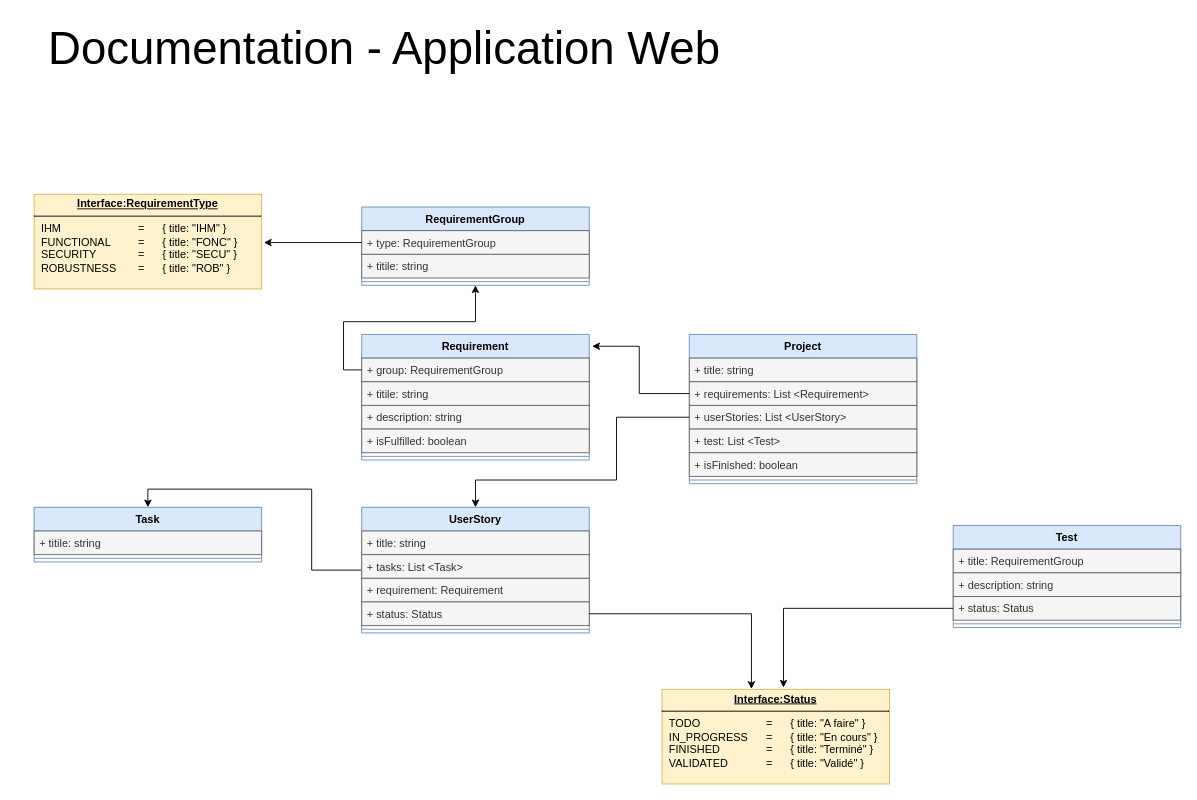
victor-dva/you-form-doc keeps this draw.io diagram as Documentation/Classe_UML.drawio. Above is the earlier version. Source tidied: cells renumbered, new cells numbered last; positions are measured from the earlier drawing's top-left corner, leaving out a move shared by most shapes. Both pictures are drawn from the tidied source at 91%, with x=0, y=0 at pixel (15, 15).
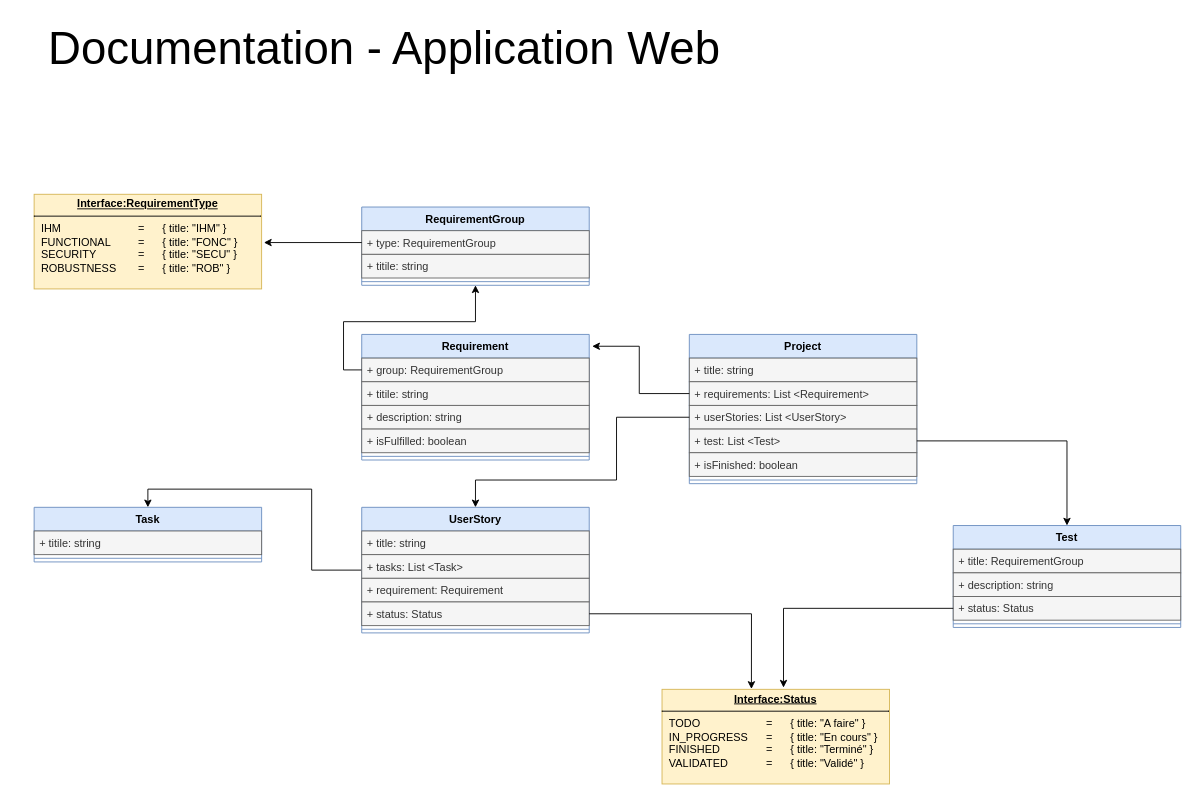
Above is the later version.

The change refers to these unchanged cells:
```xml
<mxCell id="7" value="+ test: List &amp;lt;Test&amp;gt;&amp;nbsp;" style="text;strokeColor=#666666;fillColor=#f5f5f5;align=left;verticalAlign=top;spacingLeft=4;spacingRight=4;overflow=hidden;points=[[0,0.5],[1,0.5]];portConstraint=eastwest;whiteSpace=wrap;html=1;fontColor=#333333;" parent="3" vertex="1">
  <mxGeometry y="104" width="250" height="26" as="geometry" />
</mxCell>
<mxCell id="36" value="&lt;font color=&quot;#000000&quot;&gt;Test&lt;/font&gt;" style="swimlane;fontStyle=1;align=center;verticalAlign=top;horizontal=1;startSize=26;whiteSpace=wrap;html=1;fillColor=#dae8fc;strokeColor=#6c8ebf;" parent="1" vertex="1">
  <mxGeometry x="1030" y="560" width="250" height="112" as="geometry" />
</mxCell>
```

The edit, as a diff of the source:
```diff
@@
+    <mxCell id="43" style="edgeStyle=orthogonalEdgeStyle;rounded=0;jettySize=auto;html=1;entryX=0.5;entryY=0;entryDx=0;entryDy=0;" parent="1" edge="1" source="7" target="36">
+      <mxGeometry relative="1" as="geometry" />
+    </mxCell>
```
